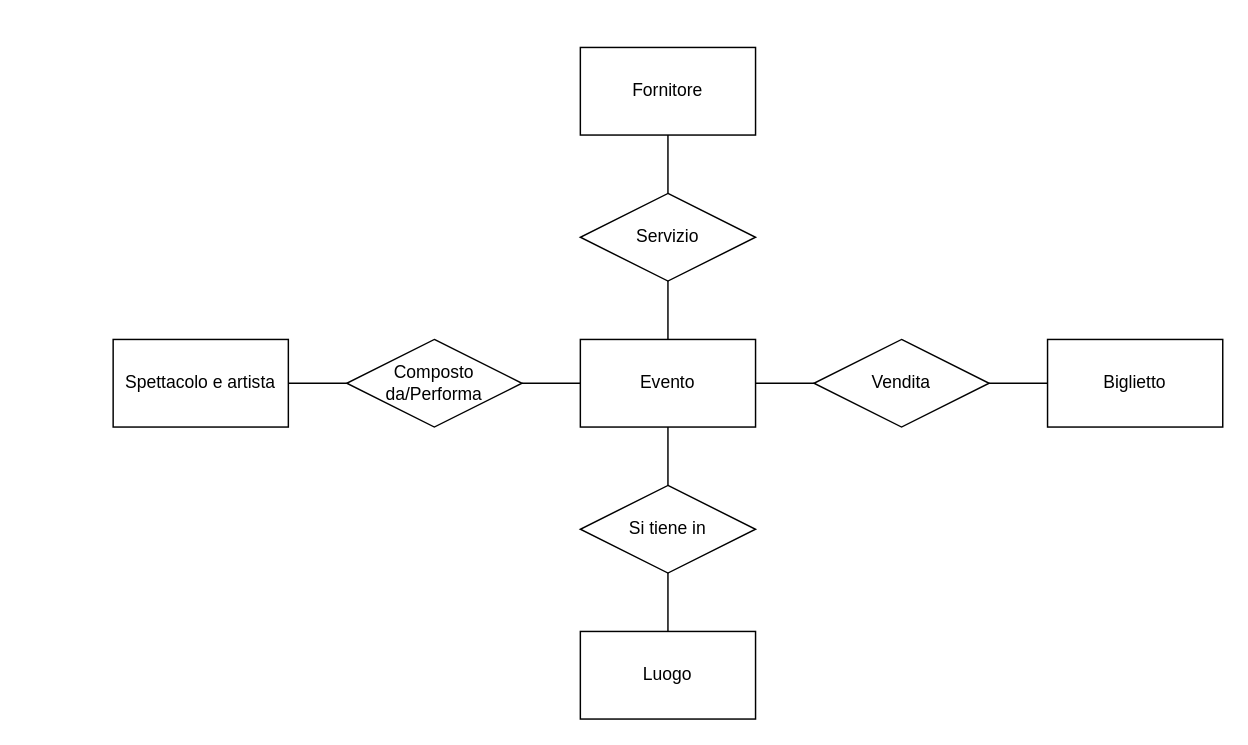
Above: ERScheletro.drawio in lucat1/unibo_90107_progetto (draw.io), before the change. Source tidied: cells renumbered, new cells numbered last; positions are measured from the earlier drawing's top-left corner, leaving out a move shared by most shapes. Both pictures are drawn from the tidied source at 146%, with x=0, y=0 at pixel (112, 47).
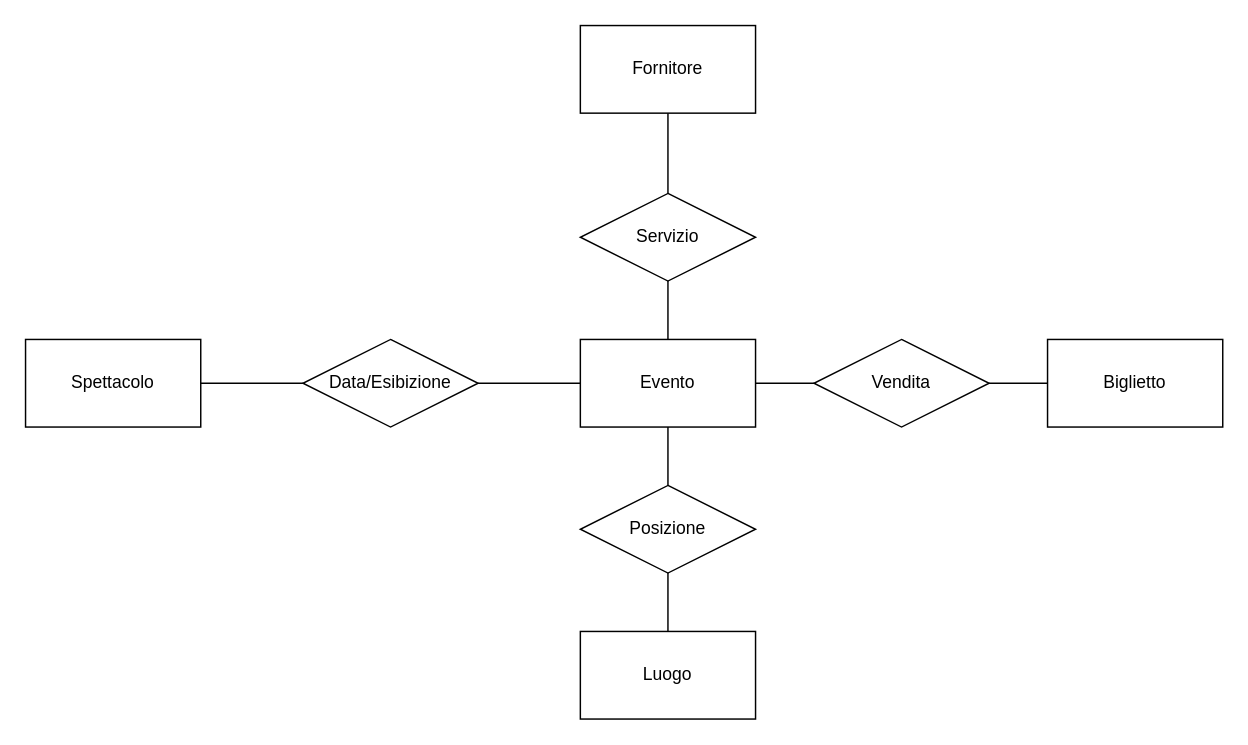
The same page after the edit.

The edit, as a diff of the source:
```diff
@@
 <mxGraphModel>
   <root>
     <mxCell id="0" />
     <mxCell id="1" parent="0" />
     <mxCell id="2" value="Evento" style="rounded=0;whiteSpace=wrap;html=1;" parent="1" vertex="1">
       <mxGeometry x="320" y="200" width="120" height="60" as="geometry" />
     </mxCell>
-    <mxCell id="3" value="Spettacolo e artista&lt;div&gt;&lt;/div&gt;" style="rounded=0;whiteSpace=wrap;html=1;" parent="1" vertex="1">
-      <mxGeometry y="200" width="120" height="60" as="geometry" />
+    <mxCell id="3" value="&lt;div&gt;Spettacolo&lt;/div&gt;" style="rounded=0;whiteSpace=wrap;html=1;" parent="1" vertex="1">
+      <mxGeometry x="-60" y="200" width="120" height="60" as="geometry" />
     </mxCell>
-    <mxCell id="4" value="Composto da/Performa" style="rhombus;whiteSpace=wrap;html=1;" parent="1" vertex="1">
-      <mxGeometry x="160" y="200" width="120" height="60" as="geometry" />
+    <mxCell id="4" value="Data/Esibizione" style="rhombus;whiteSpace=wrap;html=1;" parent="1" vertex="1">
+      <mxGeometry x="130" y="200" width="120" height="60" as="geometry" />
     </mxCell>
     <mxCell id="5" style="endArrow=none;html=1;rounded=0;exitX=1;exitY=0.5;exitDx=0;exitDy=0;entryX=0;entryY=0.5;entryDx=0;entryDy=0;" parent="1" edge="1" source="4" target="2">
       <mxGeometry relative="1" as="geometry" />
     </mxCell>
     <mxCell id="6" style="endArrow=none;html=1;rounded=0;exitX=1;exitY=0.5;exitDx=0;exitDy=0;entryX=0;entryY=0.5;entryDx=0;entryDy=0;" parent="1" edge="1" source="3" target="4">
       <mxGeometry relative="1" as="geometry" />
     </mxCell>
     <mxCell id="7" value="Vendita" style="rhombus;whiteSpace=wrap;html=1;" parent="1" vertex="1">
       <mxGeometry x="480" y="200" width="120" height="60" as="geometry" />
     </mxCell>
     <mxCell id="8" style="endArrow=none;html=1;rounded=0;exitX=1;exitY=0.5;exitDx=0;exitDy=0;entryX=0;entryY=0.5;entryDx=0;entryDy=0;" parent="1" edge="1" source="2" target="7">
       <mxGeometry relative="1" as="geometry" />
     </mxCell>
     <mxCell id="9" style="endArrow=none;html=1;rounded=0;entryX=0;entryY=0.5;entryDx=0;entryDy=0;exitX=1;exitY=0.5;exitDx=0;exitDy=0;" parent="1" edge="1" source="7" target="18">
       <mxGeometry relative="1" as="geometry" />
     </mxCell>
     <mxCell id="10" value="Fornitore" style="rounded=0;whiteSpace=wrap;html=1;" parent="1" vertex="1">
-      <mxGeometry x="320" width="120" height="60" as="geometry" />
+      <mxGeometry x="320" y="-15" width="120" height="60" as="geometry" />
     </mxCell>
     <mxCell id="11" value="Servizio" style="rhombus;whiteSpace=wrap;html=1;" parent="1" vertex="1">
       <mxGeometry x="320" y="100" width="120" height="60" as="geometry" />
     </mxCell>
     <mxCell id="12" style="endArrow=none;html=1;rounded=0;entryX=0.5;entryY=0;entryDx=0;entryDy=0;exitX=0.5;exitY=1;exitDx=0;exitDy=0;" parent="1" edge="1" source="11" target="2">
       <mxGeometry relative="1" as="geometry" />
     </mxCell>
     <mxCell id="13" style="endArrow=none;html=1;rounded=0;entryX=0.5;entryY=0;entryDx=0;entryDy=0;exitX=0.5;exitY=1;exitDx=0;exitDy=0;" parent="1" edge="1" source="10" target="11">
       <mxGeometry relative="1" as="geometry" />
     </mxCell>
     <mxCell id="14" value="Luogo" style="rounded=0;whiteSpace=wrap;html=1;" parent="1" vertex="1">
       <mxGeometry x="320" y="400" width="120" height="60" as="geometry" />
     </mxCell>
-    <mxCell id="15" value="Si tiene in" style="rhombus;whiteSpace=wrap;html=1;" parent="1" vertex="1">
+    <mxCell id="15" value="Posizione" style="rhombus;whiteSpace=wrap;html=1;" parent="1" vertex="1">
       <mxGeometry x="320" y="300" width="120" height="60" as="geometry" />
     </mxCell>
     <mxCell id="16" style="endArrow=none;html=1;rounded=0;entryX=0.5;entryY=1;entryDx=0;entryDy=0;exitX=0.5;exitY=0;exitDx=0;exitDy=0;" parent="1" edge="1" source="15" target="2">
       <mxGeometry relative="1" as="geometry" />
     </mxCell>
     <mxCell id="17" style="endArrow=none;html=1;rounded=0;exitX=0.5;exitY=0;exitDx=0;exitDy=0;entryX=0.5;entryY=1;entryDx=0;entryDy=0;" parent="1" edge="1" source="14" target="15">
       <mxGeometry relative="1" as="geometry" />
     </mxCell>
     <mxCell id="18" value="&lt;div&gt;Biglietto&lt;/div&gt;" style="rounded=0;whiteSpace=wrap;html=1;" parent="1" vertex="1">
       <mxGeometry x="640" y="200" width="120" height="60" as="geometry" />
     </mxCell>
   </root>
 </mxGraphModel>
```
